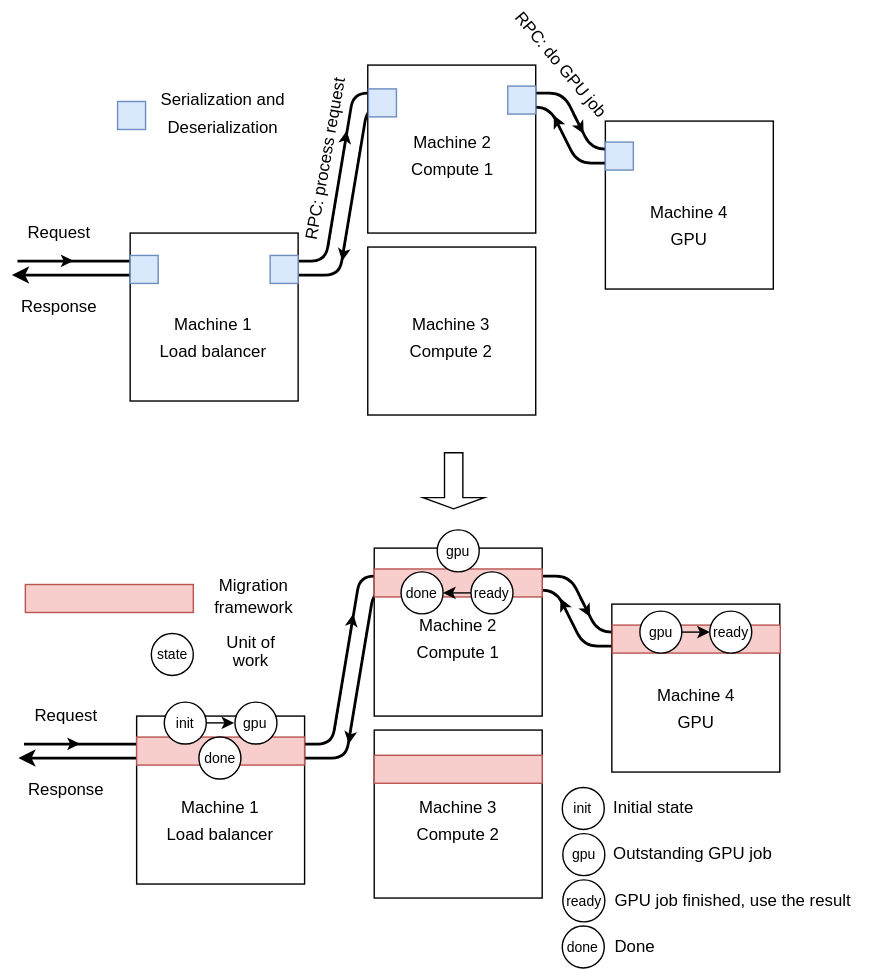
Above: doc/migration-transport.drawio.svg in farnasirim/slope (draw.io), before the change. Source tidied: cells renumbered, new cells last; positions are measured from the earlier drawing's top-left corner, leaving out a move shared by most shapes.
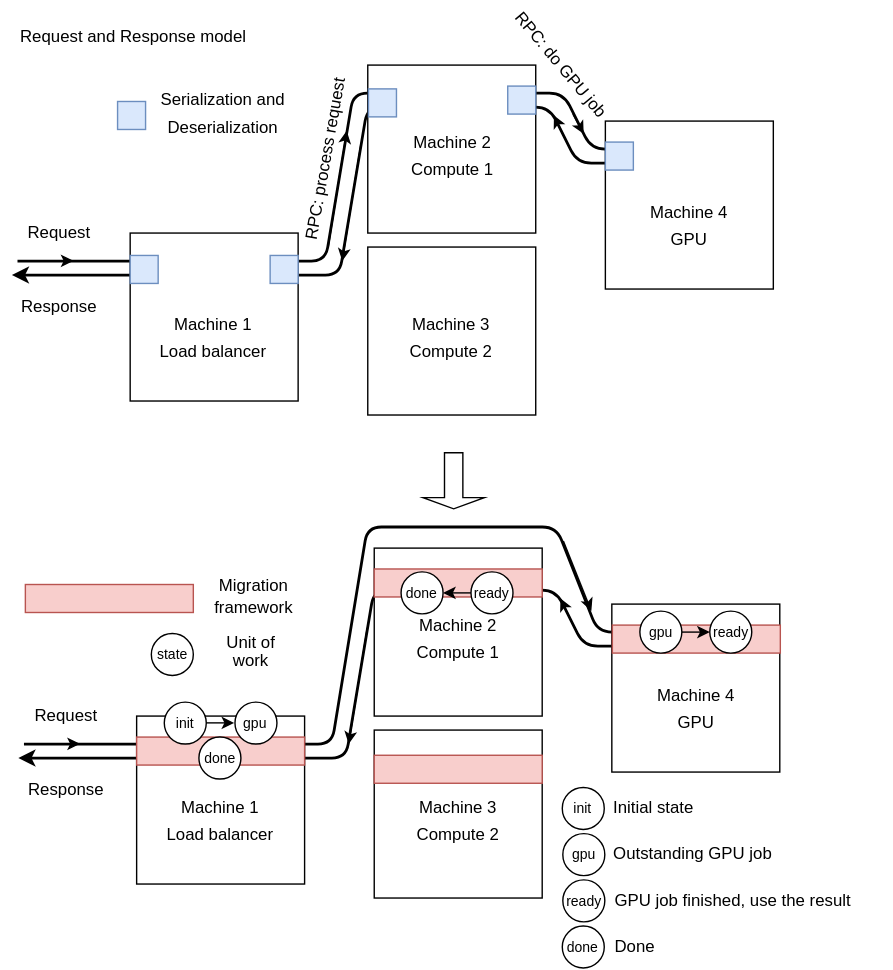
After the commit.

Change to the diagram source:
```diff
@@ -137,8 +137,8 @@
         <mxPoint x="10.6" y="505.1" as="targetPoint" />
         <Array as="points">
           <mxPoint x="234.6" y="495.1" />
-          <mxPoint x="254.6" y="375.1" />
-          <mxPoint x="404.6" y="375.1" />
+          <mxPoint x="260" y="340" />
+          <mxPoint x="395" y="340" />
           <mxPoint x="424.6" y="415.1" />
           <mxPoint x="444.6" y="415.1" />
           <mxPoint x="444.6" y="425.1" />
@@ -179,16 +179,10 @@
         <mxPoint x="54.6" y="494.9" as="targetPoint" />
       </mxGeometry>
     </mxCell>
-    <mxCell id="45" style="endArrow=classic;html=1;" parent="1" edge="1">
-      <mxGeometry relative="1" as="geometry">
-        <mxPoint x="236.6" y="485.1" as="sourcePoint" />
-        <mxPoint x="249.9" y="402.1" as="targetPoint" />
-      </mxGeometry>
-    </mxCell>
     <mxCell id="46" style="endArrow=classic;html=1;" parent="1" edge="1">
       <mxGeometry relative="1" as="geometry">
-        <mxPoint x="411.5" y="390.1" as="sourcePoint" />
-        <mxPoint x="419.1" y="404.1" as="targetPoint" />
+        <mxPoint x="400" y="350" as="sourcePoint" />
+        <mxPoint x="420" y="400" as="targetPoint" />
       </mxGeometry>
     </mxCell>
     <mxCell id="47" style="endArrow=classic;html=1;" parent="1" edge="1">
@@ -260,9 +254,6 @@
     <mxCell id="67" value="state" style="ellipse;whiteSpace=wrap;html=1;fontSize=10;" parent="1" vertex="1">
       <mxGeometry x="105.6" y="416.1" width="30" height="30" as="geometry" />
     </mxCell>
-    <mxCell id="68" value="gpu" style="ellipse;whiteSpace=wrap;html=1;fontSize=10;rotation=0;" parent="1" vertex="1">
-      <mxGeometry x="309.9" y="342.1" width="30" height="30" as="geometry" />
-    </mxCell>
     <mxCell id="69" value="gpu" style="ellipse;whiteSpace=wrap;html=1;fontSize=10;rotation=0;" parent="1" vertex="1">
       <mxGeometry x="165.4" y="465.1" width="30" height="30" as="geometry" />
     </mxCell>
@@ -317,5 +308,8 @@
     <mxCell id="85" value="done" style="ellipse;whiteSpace=wrap;html=1;fontSize=10;" parent="1" vertex="1">
       <mxGeometry x="399.2" y="625.1" width="30" height="30" as="geometry" />
     </mxCell>
+    <mxCell id="86" value="Request and Response model" style="text;html=1;strokeColor=none;fillColor=none;align=center;verticalAlign=middle;whiteSpace=wrap;rounded=0;" parent="1" vertex="1">
+      <mxGeometry y="-20" width="185.6" height="20" as="geometry" />
+    </mxCell>
   </root>
 </mxGraphModel>
```
